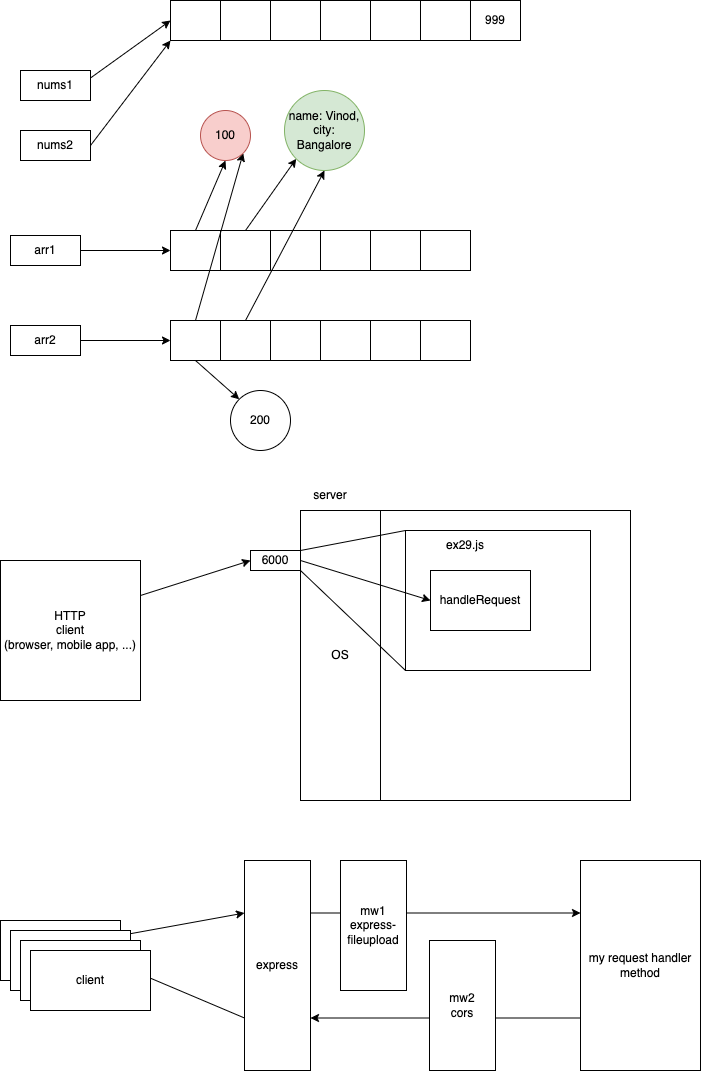
This is images/concepts.dio.png from vinod-kayartaya/SONY-JS-SEP-2022, a draw.io export, as it was before one commit. Source tidied: cells renumbered, new cells last; positions are measured from the earlier drawing's top-left corner, leaving out a move shared by most shapes.
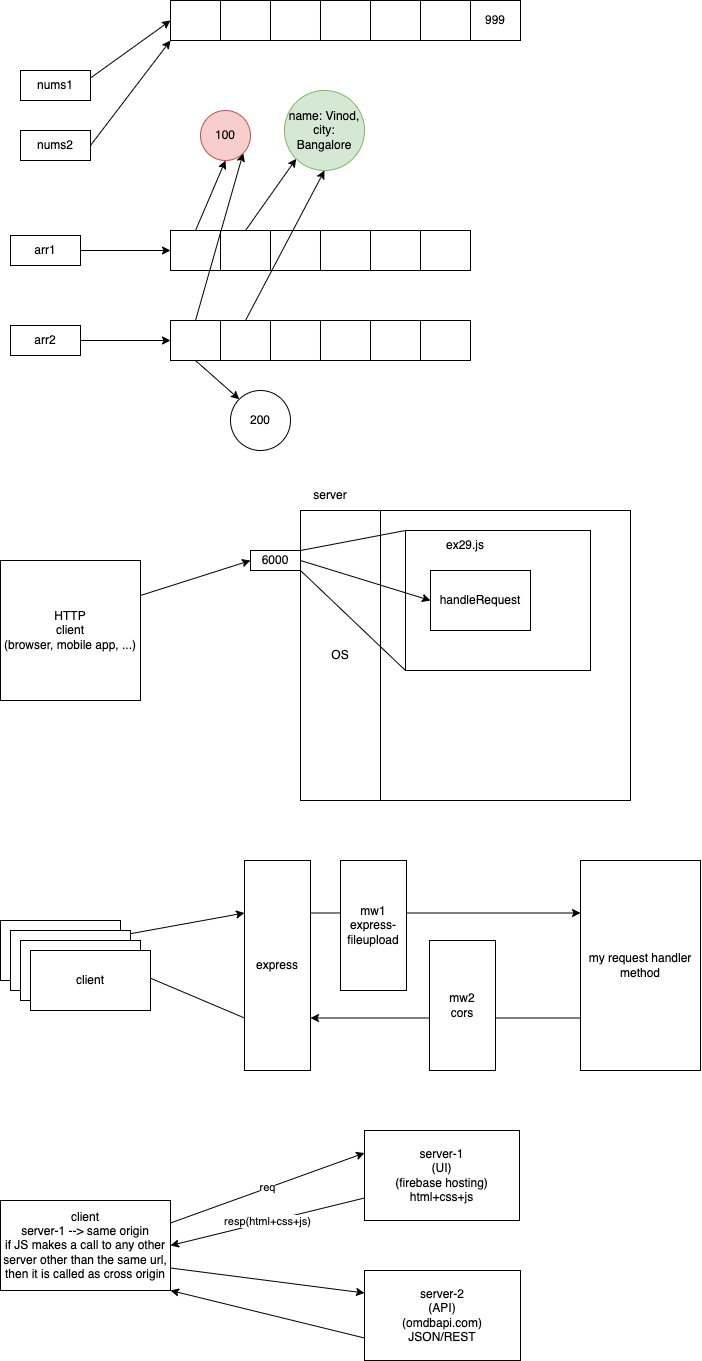
Above is the later version.

Change to the diagram source:
```diff
@@ -182,5 +182,26 @@
     <mxCell id="61" value="mw2&lt;br&gt;cors" style="rounded=0;whiteSpace=wrap;html=1;" parent="1" vertex="1">
       <mxGeometry x="429" y="940" width="66" height="130" as="geometry" />
     </mxCell>
+    <mxCell id="62" value="resp(html+css+js)" style="edgeStyle=none;html=1;exitX=0;exitY=0.75;exitDx=0;exitDy=0;entryX=1;entryY=0.5;entryDx=0;entryDy=0;" parent="1" edge="1" source="63" target="66">
+      <mxGeometry relative="1" as="geometry" />
+    </mxCell>
+    <mxCell id="63" value="server-1&lt;br&gt;(UI)&lt;br&gt;(firebase hosting)&lt;br&gt;html+css+js" style="rounded=0;whiteSpace=wrap;html=1;" parent="1" vertex="1">
+      <mxGeometry x="364" y="1130" width="155" height="90" as="geometry" />
+    </mxCell>
+    <mxCell id="64" value="req" style="edgeStyle=none;html=1;exitX=1;exitY=0.25;exitDx=0;exitDy=0;entryX=0;entryY=0.25;entryDx=0;entryDy=0;" parent="1" edge="1" source="66" target="63">
+      <mxGeometry relative="1" as="geometry" />
+    </mxCell>
+    <mxCell id="65" style="edgeStyle=none;html=1;exitX=1;exitY=0.75;exitDx=0;exitDy=0;entryX=0;entryY=0.25;entryDx=0;entryDy=0;" parent="1" edge="1" source="66" target="68">
+      <mxGeometry relative="1" as="geometry" />
+    </mxCell>
+    <mxCell id="66" value="client&lt;br&gt;server-1 --&amp;gt; same origin&lt;br&gt;if JS makes a call to any other server other than the same url, then it is called as cross origin" style="rounded=0;whiteSpace=wrap;html=1;" parent="1" vertex="1">
+      <mxGeometry y="1200" width="170" height="90" as="geometry" />
+    </mxCell>
+    <mxCell id="67" style="edgeStyle=none;html=1;exitX=0;exitY=0.75;exitDx=0;exitDy=0;entryX=1;entryY=1;entryDx=0;entryDy=0;" parent="1" edge="1" source="68" target="66">
+      <mxGeometry relative="1" as="geometry" />
+    </mxCell>
+    <mxCell id="68" value="server-2&lt;br&gt;(API)&lt;br&gt;(omdbapi.com)&lt;br&gt;JSON/REST" style="rounded=0;whiteSpace=wrap;html=1;" parent="1" vertex="1">
+      <mxGeometry x="364" y="1270" width="156" height="90" as="geometry" />
+    </mxCell>
   </root>
 </mxGraphModel>
```
